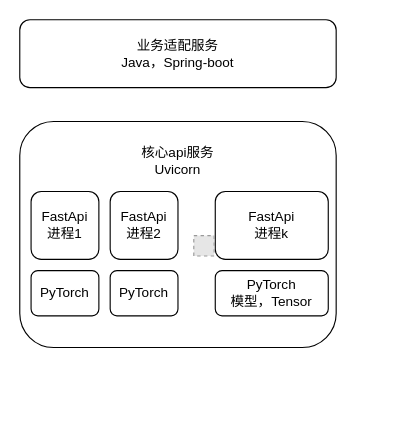
Before: page "部署架构" (4 of 5) of 对码架构.drawio in XiaoLiuAI/diagrams, a draw.io diagram. Source tidied: cells renumbered, new cells numbered last; positions are measured from the earlier drawing's top-left corner, leaving out a move shared by most shapes. Both pictures are drawn from the tidied source at 113%, with x=0, y=0 at pixel (19, 19). Pictures stored in the file or linked from it are replaced by grey dashed boxes.
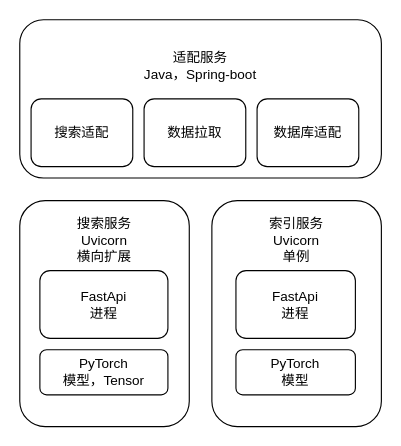
The same page after the edit.

Change to the diagram source:
```diff
@@
 <mxGraphModel>
   <root>
     <mxCell id="0" />
     <mxCell id="1" parent="0" />
+    <mxCell id="3" value="适配服务&lt;br&gt;Java，Spring-boot&lt;br&gt;&lt;br&gt;&lt;br&gt;&lt;br&gt;&lt;br&gt;" style="rounded=1;whiteSpace=wrap;html=1;" parent="1" vertex="1">
+      <mxGeometry width="320" height="140" as="geometry" />
+    </mxCell>
+    <mxCell id="11" style="group;" parent="1" vertex="1">
+      <mxGeometry y="160" width="150" height="200" as="geometry" />
+    </mxCell>
-    <mxCell id="2" value="核心api服务&lt;br&gt;Uvicorn&lt;br&gt;&lt;br&gt;&lt;br&gt;&lt;br&gt;&lt;br&gt;&lt;br&gt;&lt;br&gt;&lt;br&gt;&lt;br&gt;&lt;br&gt;" style="rounded=1;whiteSpace=wrap;html=1;" parent="1" vertex="1">
-      <mxGeometry y="90" width="280" height="200" as="geometry" />
+    <mxCell id="2" value="搜索服务&lt;br&gt;Uvicorn&lt;br&gt;横向扩展&lt;br&gt;&lt;br&gt;&lt;br&gt;&lt;br&gt;&lt;br&gt;&lt;br&gt;&lt;br&gt;&lt;br&gt;&lt;br&gt;&lt;br&gt;" style="rounded=1;whiteSpace=wrap;html=1;" parent="11" vertex="1">
+      <mxGeometry width="150" height="200" as="geometry" />
     </mxCell>
-    <mxCell id="3" value="业务适配服务&lt;br&gt;Java，Spring-boot" style="rounded=1;whiteSpace=wrap;html=1;" parent="1" vertex="1">
-      <mxGeometry width="280" height="60" as="geometry" />
-    </mxCell>
-    <mxCell id="4" value="FastApi&lt;br&gt;进程1" style="rounded=1;whiteSpace=wrap;html=1;" parent="1" vertex="1">
-      <mxGeometry x="10" y="152" width="60" height="60" as="geometry" />
-    </mxCell>
-    <mxCell id="5" value="FastApi&lt;br&gt;进程2" style="rounded=1;whiteSpace=wrap;html=1;" parent="1" vertex="1">
-      <mxGeometry x="80" y="152" width="60" height="60" as="geometry" />
-    </mxCell>
-    <mxCell id="6" value="FastApi&lt;br&gt;进程k" style="rounded=1;whiteSpace=wrap;html=1;" parent="1" vertex="1">
-      <mxGeometry x="173" y="152" width="100" height="60" as="geometry" />
+    <mxCell id="6" value="FastApi&lt;br&gt;进程" style="rounded=1;whiteSpace=wrap;html=1;" parent="11" vertex="1">
+      <mxGeometry x="17.8" y="62" width="113.3" height="60" as="geometry" />
     </mxCell>
-    <mxCell id="7" style="fillColor=#E6E6E6;strokeColor=#999999;dashed=1;html=1;verticalAlign=top;verticalLabelPosition=bottom;labelBackgroundColor=#ffffff;" parent="1" vertex="1">
-      <mxGeometry x="154" y="191" width="18" height="18" as="geometry" />
-    </mxCell>
-    <mxCell id="8" value="PyTorch&lt;br&gt;模型，Tensor" style="rounded=1;whiteSpace=wrap;html=1;" parent="1" vertex="1">
-      <mxGeometry x="173" y="222" width="100" height="40" as="geometry" />
+    <mxCell id="8" value="PyTorch&lt;br&gt;模型，Tensor" style="rounded=1;whiteSpace=wrap;html=1;" parent="11" vertex="1">
+      <mxGeometry x="17.8" y="132" width="113.3" height="40" as="geometry" />
     </mxCell>
-    <mxCell id="9" value="PyTorch" style="rounded=1;whiteSpace=wrap;html=1;" parent="1" vertex="1">
-      <mxGeometry x="80" y="222" width="60" height="40" as="geometry" />
-    </mxCell>
-    <mxCell id="10" value="PyTorch" style="rounded=1;whiteSpace=wrap;html=1;" parent="1" vertex="1">
-      <mxGeometry x="10" y="222" width="60" height="40" as="geometry" />
-    </mxCell>
+    <mxCell id="12" value="搜索适配" style="rounded=1;whiteSpace=wrap;html=1;" parent="1" vertex="1">
+      <mxGeometry x="10" y="70" width="90" height="60" as="geometry" />
+    </mxCell>
+    <mxCell id="13" value="数据拉取" style="rounded=1;whiteSpace=wrap;html=1;" parent="1" vertex="1">
+      <mxGeometry x="110" y="70" width="90" height="60" as="geometry" />
+    </mxCell>
+    <mxCell id="14" value="数据库适配" style="rounded=1;whiteSpace=wrap;html=1;" parent="1" vertex="1">
+      <mxGeometry x="210" y="70" width="90" height="60" as="geometry" />
+    </mxCell>
+    <mxCell id="15" style="group;" parent="1" vertex="1">
+      <mxGeometry x="200" y="160" width="120" height="200" as="geometry" />
+    </mxCell>
+    <mxCell id="16" value="索引服务&lt;br&gt;Uvicorn&lt;br&gt;单例&lt;br&gt;&lt;br&gt;&lt;br&gt;&lt;br&gt;&lt;br&gt;&lt;br&gt;&lt;br&gt;&lt;br&gt;&lt;br&gt;&lt;br&gt;" style="rounded=1;whiteSpace=wrap;html=1;" parent="15" vertex="1">
+      <mxGeometry x="-30" width="150" height="200" as="geometry" />
+    </mxCell>
+    <mxCell id="17" value="FastApi&lt;br&gt;进程" style="rounded=1;whiteSpace=wrap;html=1;" parent="15" vertex="1">
+      <mxGeometry x="-8.7" y="62" width="105.7" height="60" as="geometry" />
+    </mxCell>
+    <mxCell id="18" value="PyTorch&lt;br&gt;模型" style="rounded=1;whiteSpace=wrap;html=1;" parent="15" vertex="1">
+      <mxGeometry x="-8.7" y="132" width="105.7" height="40" as="geometry" />
+    </mxCell>
   </root>
 </mxGraphModel>
```
